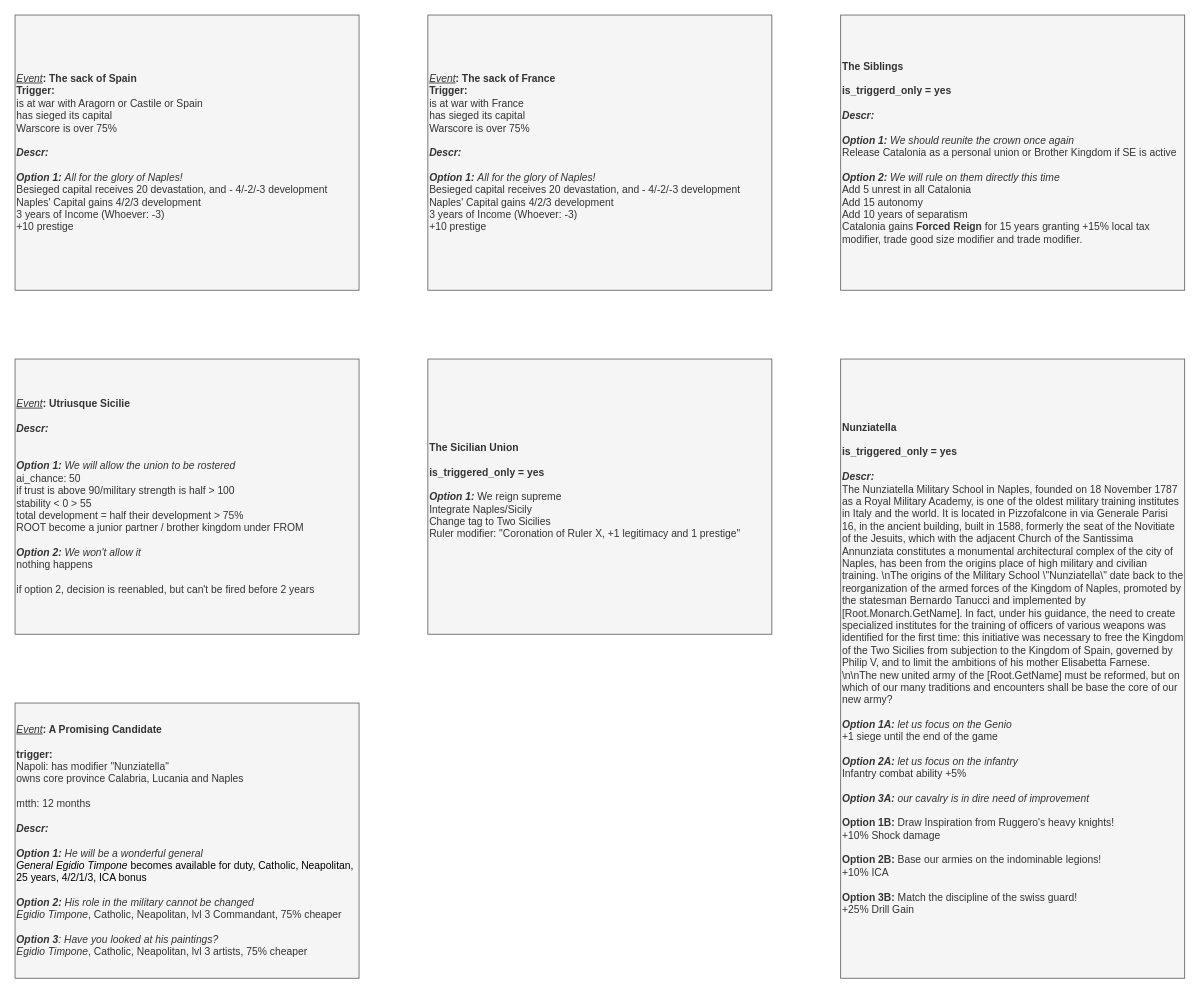
The draw.io diagram page "Event" (3 of 6) of It's Pizza and Cannoli Time/It's Pizza and Cannoli Time.drawio in Melvasul/Missions-Expanded, before the edit. Source tidied: cells renumbered, new cells numbered last; positions are measured from the earlier drawing's top-left corner, leaving out a move shared by most shapes. Both pictures are drawn from the tidied source at 86%, with x=0, y=0 at pixel (15, 15).
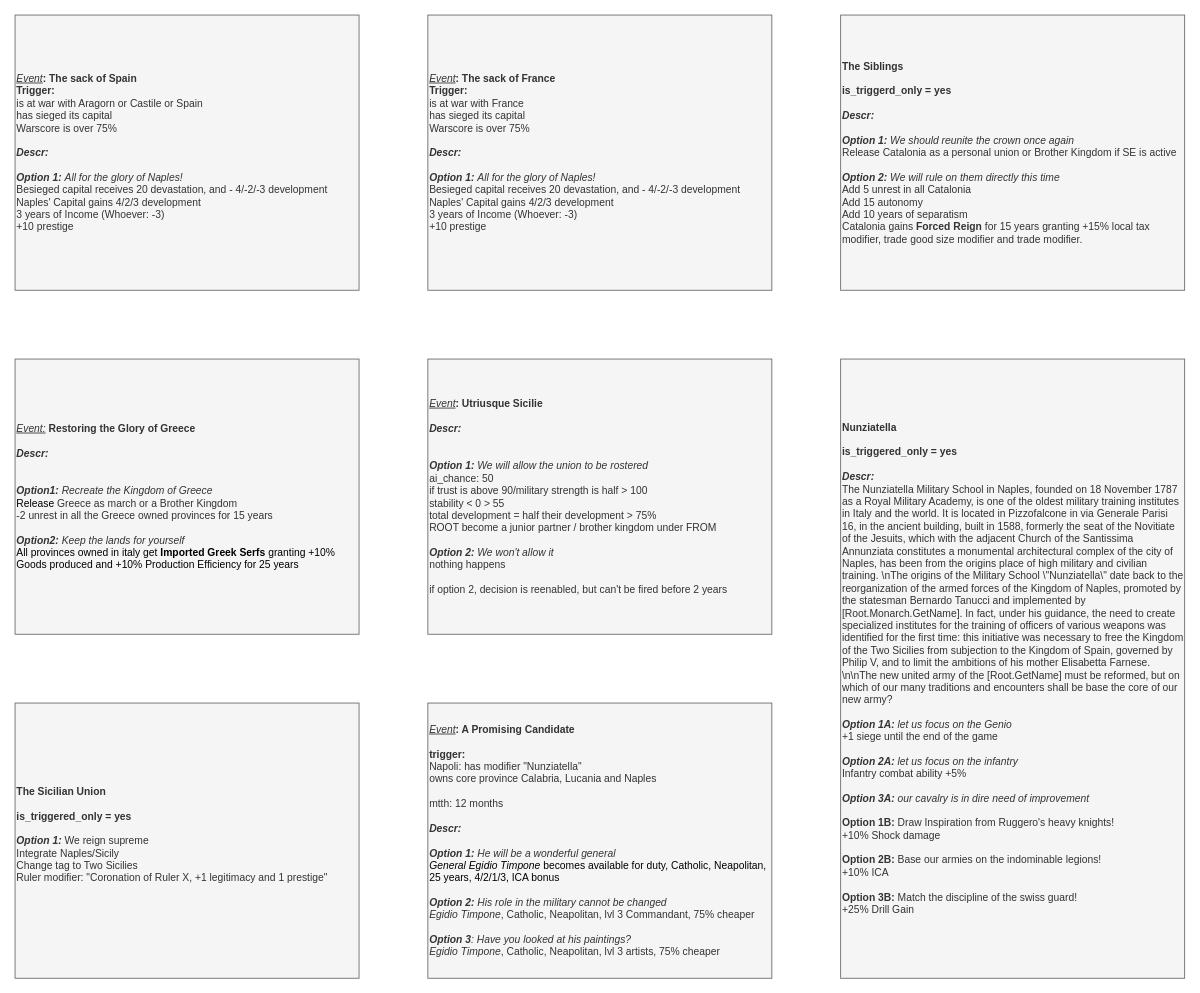
Above is the later version.

What changed in the source:
```diff
@@
 <mxGraphModel>
   <root>
     <mxCell id="0" />
     <mxCell id="1" parent="0" />
     <mxCell id="2" value="&lt;div style=&quot;font-size: 12px&quot;&gt;&lt;i style=&quot;font-size: 12px&quot;&gt;&lt;u style=&quot;font-size: 12px&quot;&gt;Event&lt;/u&gt;&lt;/i&gt;&lt;b style=&quot;font-size: 12px&quot;&gt;: Utriusque Sicilie&lt;/b&gt;&lt;/div&gt;&lt;div style=&quot;font-size: 12px&quot;&gt;&lt;b style=&quot;font-size: 12px&quot;&gt;&lt;br style=&quot;font-size: 12px&quot;&gt;&lt;/b&gt;&lt;/div&gt;&lt;div style=&quot;font-size: 12px&quot;&gt;&lt;font style=&quot;font-size: 12px&quot;&gt;&lt;div style=&quot;font-size: 12px&quot;&gt;&lt;b style=&quot;font-size: 12px&quot;&gt;&lt;i style=&quot;font-size: 12px&quot;&gt;Descr:&amp;nbsp;&lt;/i&gt;&lt;/b&gt;&lt;/div&gt;&lt;div style=&quot;font-size: 12px&quot;&gt;&lt;br&gt;&lt;/div&gt;&lt;div style=&quot;font-size: 12px&quot;&gt;&lt;br&gt;&lt;/div&gt;&lt;/font&gt;&lt;/div&gt;&lt;div style=&quot;font-size: 12px&quot;&gt;&lt;/div&gt;&lt;font style=&quot;font-size: 12px&quot;&gt;&lt;b style=&quot;font-size: 12px ; font-style: italic&quot;&gt;Option 1:&lt;/b&gt;&lt;span style=&quot;font-size: 12px ; font-style: italic&quot;&gt; &lt;/span&gt;&lt;i&gt;We will allow the union to be rostered&lt;br&gt;&lt;/i&gt;ai_chance: 50&lt;br&gt;if trust is above 90/military strength is half &amp;gt; 100&lt;br&gt;stability &amp;lt; 0 &amp;gt; 55&lt;br&gt;total development = half their development &amp;gt; 75%&lt;br&gt;ROOT become a junior partner / brother kingdom under FROM&lt;br&gt;&lt;br style=&quot;font-size: 12px&quot;&gt;&lt;span style=&quot;font-size: 12px&quot;&gt;&lt;i style=&quot;font-size: 12px&quot;&gt;&lt;b style=&quot;font-size: 12px&quot;&gt;Option 2:&lt;/b&gt;&amp;nbsp;&lt;/i&gt;&lt;span style=&quot;font-size: 12px&quot;&gt;&lt;i&gt;We won't allow it&lt;/i&gt;&lt;/span&gt;&lt;/span&gt;&lt;div style=&quot;font-size: 12px&quot;&gt;nothing happens&lt;/div&gt;&lt;div style=&quot;font-size: 12px&quot;&gt;&lt;br&gt;&lt;/div&gt;&lt;div style=&quot;font-size: 12px&quot;&gt;if option 2, decision is reenabled, but can't be fired before 2 years&lt;/div&gt;&lt;/font&gt;" style="rounded=0;whiteSpace=wrap;html=1;align=left;fontSize=12;fillColor=#f5f5f5;strokeColor=#666666;fontColor=#333333;" parent="1" vertex="1">
-      <mxGeometry y="400" width="400" height="320" as="geometry" />
+      <mxGeometry x="480" y="400" width="400" height="320" as="geometry" />
     </mxCell>
     <mxCell id="3" value="&lt;div style=&quot;font-size: 12px&quot;&gt;&lt;i style=&quot;font-size: 12px&quot;&gt;&lt;u style=&quot;font-size: 12px&quot;&gt;Event&lt;/u&gt;&lt;/i&gt;&lt;b style=&quot;font-size: 12px&quot;&gt;: A Promising Candidate&lt;/b&gt;&lt;/div&gt;&lt;div style=&quot;font-size: 12px&quot;&gt;&lt;b style=&quot;font-size: 12px&quot;&gt;&lt;br style=&quot;font-size: 12px&quot;&gt;&lt;/b&gt;&lt;/div&gt;&lt;div style=&quot;font-size: 12px&quot;&gt;&lt;span style=&quot;font-size: 12px&quot;&gt;&lt;b&gt;trigger:&lt;/b&gt;&amp;nbsp;&lt;/span&gt;&lt;/div&gt;&lt;div style=&quot;font-size: 12px&quot;&gt;&lt;span style=&quot;font-size: 12px&quot;&gt;Napoli: has modifier &quot;Nunziatella&quot;&lt;/span&gt;&lt;/div&gt;&lt;div style=&quot;font-size: 12px&quot;&gt;&lt;span style=&quot;font-size: 12px&quot;&gt;owns core province Calabria, Lucania and Naples&lt;/span&gt;&lt;/div&gt;&lt;div style=&quot;font-size: 12px&quot;&gt;&lt;span style=&quot;font-size: 12px&quot;&gt;&lt;br&gt;&lt;/span&gt;&lt;/div&gt;&lt;div style=&quot;font-size: 12px&quot;&gt;&lt;span style=&quot;font-size: 12px&quot;&gt;mtth: 12 months&lt;/span&gt;&lt;/div&gt;&lt;div style=&quot;font-size: 12px&quot;&gt;&lt;b style=&quot;font-size: 12px&quot;&gt;&lt;br&gt;&lt;/b&gt;&lt;/div&gt;&lt;div style=&quot;font-size: 12px&quot;&gt;&lt;font style=&quot;font-size: 12px&quot;&gt;&lt;div style=&quot;font-size: 12px&quot;&gt;&lt;b style=&quot;font-size: 12px&quot;&gt;&lt;i style=&quot;font-size: 12px&quot;&gt;Descr:&amp;nbsp;&lt;/i&gt;&lt;/b&gt;&lt;/div&gt;&lt;div style=&quot;font-size: 12px&quot;&gt;&lt;br&gt;&lt;/div&gt;&lt;/font&gt;&lt;/div&gt;&lt;div style=&quot;font-size: 12px&quot;&gt;&lt;/div&gt;&lt;font style=&quot;font-size: 12px&quot;&gt;&lt;b style=&quot;font-size: 12px ; font-style: italic&quot;&gt;Option 1:&lt;/b&gt;&lt;span style=&quot;font-size: 12px ; font-style: italic&quot;&gt;&amp;nbsp;He will be a wonderful general&lt;/span&gt;&lt;br class=&quot;Apple-interchange-newline&quot;&gt;&lt;i&gt;&lt;span style=&quot;color: rgb(0 , 0 , 0)&quot;&gt;General&amp;nbsp;&lt;/span&gt;&lt;span style=&quot;color: rgb(0 , 0 , 0)&quot;&gt;Egidio Timpone&lt;/span&gt;&lt;/i&gt;&lt;span style=&quot;color: rgb(0 , 0 , 0)&quot;&gt;&amp;nbsp;becomes available for duty, Catholic, Neapolitan, 25 years, 4/2/1/3, ICA bonus&lt;/span&gt;&lt;br&gt;&lt;br style=&quot;font-size: 12px&quot;&gt;&lt;span style=&quot;font-size: 12px&quot;&gt;&lt;span style=&quot;font-size: 12px&quot;&gt;&lt;b style=&quot;font-style: italic ; font-size: 12px&quot;&gt;Option 2:&lt;/b&gt;&lt;i&gt;&amp;nbsp;His role in the military cannot be changed&lt;/i&gt;&lt;br&gt;&lt;i&gt;Egidio Timpone&lt;/i&gt;, Catholic, Neapolitan, lvl 3 Commandant, 75% cheaper&lt;br&gt;&lt;br&gt;&lt;b style=&quot;font-style: italic&quot;&gt;Option 3&lt;/b&gt;&lt;i&gt;: Have you looked at his paintings?&lt;/i&gt;&lt;br&gt;&lt;i&gt;Egidio Timpone&lt;/i&gt;, Catholic, Neapolitan, lvl 3 artists, 75% cheaper&lt;br&gt;&lt;/span&gt;&lt;/span&gt;&lt;/font&gt;" style="rounded=0;whiteSpace=wrap;html=1;align=left;fontSize=12;fillColor=#f5f5f5;strokeColor=#666666;fontColor=#333333;" parent="1" vertex="1">
-      <mxGeometry y="800" width="400" height="320" as="geometry" />
+      <mxGeometry x="480" y="800" width="400" height="320" as="geometry" />
     </mxCell>
     <mxCell id="4" value="&lt;div style=&quot;font-size: 12px&quot;&gt;&lt;b&gt;Nunziatella&lt;/b&gt;&lt;/div&gt;&lt;div style=&quot;font-size: 12px&quot;&gt;&lt;br&gt;&lt;/div&gt;&lt;div style=&quot;font-size: 12px&quot;&gt;&lt;b&gt;is_triggered_only = yes&lt;/b&gt;&lt;/div&gt;&lt;div style=&quot;font-size: 12px&quot;&gt;&lt;b&gt;&lt;br&gt;&lt;/b&gt;&lt;/div&gt;&lt;div&gt;&lt;font&gt;&lt;div style=&quot;font-size: 12px&quot;&gt;&lt;b style=&quot;font-size: 12px&quot;&gt;&lt;i style=&quot;font-size: 12px&quot;&gt;Descr:&lt;/i&gt;&lt;/b&gt;&lt;/div&gt;&lt;div&gt;The Nunziatella Military School in Naples, founded on 18 November 1787 as a Royal Military Academy, is one of the oldest military training institutes in Italy and the world. It is located in Pizzofalcone in via Generale Parisi 16, in the ancient building, built in 1588, formerly the seat of the Novitiate of the Jesuits, which with the adjacent Church of the Santissima Annunziata constitutes a monumental architectural complex of the city of Naples, has been from the origins place of high military and civilian training. \n&lt;span&gt;The origins of the Military School \&quot;Nunziatella\&quot; date back to the reorganization of the armed forces of the Kingdom of Naples, promoted by the statesman Bernardo Tanucci and implemented by [Root.Monarch.GetName]. In fact, under his guidance, the need to create specialized institutes for the training of officers of various weapons was identified for the first time: this initiative was necessary to free the Kingdom of the Two Sicilies from subjection to the Kingdom of Spain, governed by Philip V, and to limit the ambitions of his mother Elisabetta Farnese. \n\n&lt;/span&gt;&lt;span&gt;The new united army of the [Root.GetName] must be reformed, but on which of our many traditions and encounters shall be base the core of our new army?&lt;/span&gt;&lt;/div&gt;&lt;div&gt;&lt;span&gt;&lt;br&gt;&lt;/span&gt;&lt;/div&gt;&lt;div&gt;&lt;b&gt;&lt;i&gt;Option 1A:&lt;/i&gt;&lt;/b&gt;&lt;i&gt;&amp;nbsp;let us focus on the Genio&lt;/i&gt;&lt;br&gt;+1 siege until the end of the game&lt;br&gt;&lt;br&gt;&lt;i&gt;&lt;b&gt;Option 2A:&amp;nbsp;&lt;/b&gt;let us focus on the infantry&lt;/i&gt;&lt;br&gt;Infantry combat ability +5%&lt;br&gt;&lt;br&gt;&lt;i&gt;&lt;b&gt;Option 3A:&lt;/b&gt;&amp;nbsp;our cavalry is in dire need of improvement&lt;/i&gt;&lt;span&gt;&lt;br&gt;&lt;/span&gt;&lt;/div&gt;&lt;div style=&quot;font-size: 12px&quot;&gt;&lt;/div&gt;&lt;/font&gt;&lt;/div&gt;&lt;font&gt;&lt;br&gt;&lt;b&gt;Option 1B: &lt;/b&gt;Draw Inspiration from Ruggero's heavy knights!&lt;br&gt;+10% Shock damage&lt;br&gt;&lt;br&gt;&lt;b&gt;Option 2B: &lt;/b&gt;Base our armies on the indominable legions!&lt;br&gt;+10% ICA&lt;br&gt;&lt;br&gt;&lt;b&gt;Option 3B: &lt;/b&gt;Match the discipline of the swiss guard!&lt;br&gt;+25% Drill Gain&lt;b&gt;&amp;nbsp;&lt;/b&gt;&lt;span style=&quot;color: rgba(0 , 0 , 0 , 0) ; font-family: monospace ; font-size: 0px&quot;&gt;%3CmxGraphModel%3E%3Croot%3E%3CmxCell%20id%3D%220%22%2F%3E%3CmxCell%20id%3D%221%22%20parent%3D%220%22%2F%3E%3CmxCell%20id%3D%222%22%20value%3D%22%26lt%3Bdiv%20style%3D%26quot%3Bfont-size%3A%2012px%26quot%3B%26gt%3B%26lt%3Bb%26gt%3BNunziatella%26lt%3B%2Fb%26gt%3B%26lt%3B%2Fdiv%26gt%3B%26lt%3Bdiv%20style%3D%26quot%3Bfont-size%3A%2012px%26quot%3B%26gt%3B%26lt%3Bb%26gt%3B%26lt%3Bbr%26gt%3B%26lt%3B%2Fb%26gt%3B%26lt%3B%2Fdiv%26gt%3B%26lt%3Bdiv%20style%3D%26quot%3Bfont-size%3A%2012px%26quot%3B%26gt%3B%26lt%3Bb%26gt%3Bpotential%3A%26lt%3B%2Fb%26gt%3B%26lt%3B%2Fdiv%26gt%3B%26lt%3Bdiv%20style%3D%26quot%3Bfont-size%3A%2012px%26quot%3B%26gt%3BIs%20the%20TTS%26lt%3B%2Fdiv%26gt%3B%26lt%3Bdiv%20style%3D%26quot%3Bfont-size%3A%2012px%26quot%3B%26gt%3Bcompleted%20mission%3A%20Military%20Reforms%26lt%3B%2Fdiv%26gt%3B%26lt%3Bdiv%20style%3D%26quot%3Bfont-size%3A%2012px%26quot%3B%26gt%3B%26lt%3Bb%26gt%3B%26lt%3Bbr%26gt%3B%26lt%3B%2Fb%26gt%3B%26lt%3B%2Fdiv%26gt%3B%26lt%3Bdiv%20style%3D%26quot%3Bfont-size%3A%2012px%26quot%3B%26gt%3B%26lt%3Bb%26gt%3BAllow%3A%26lt%3B%2Fb%26gt%3B%26lt%3B%2Fdiv%26gt%3B%26lt%3Bdiv%20style%3D%26quot%3Bfont-size%3A%2012px%26quot%3B%26gt%3B%26lt%3Bbr%26gt%3B%26lt%3B%2Fdiv%26gt%3B%26lt%3Bdiv%20style%3D%26quot%3Bfont-size%3A%2012px%26quot%3B%26gt%3B%26lt%3Bb%26gt%3B%26lt%3Bbr%26gt%3B%26lt%3B%2Fb%26gt%3B%26lt%3B%2Fdiv%26gt%3B%26lt%3Bdiv%26gt%3B%26lt%3Bfont%26gt%3B%26lt%3Bdiv%20style%3D%26quot%3Bfont-size%3A%2012px%26quot%3B%26gt%3B%26lt%3Bb%20style%3D%26quot%3Bfont-size%3A%2012px%26quot%3B%26gt%3B%26lt%3Bi%20style%3D%26quot%3Bfont-size%3A%2012px%26quot%3B%26gt%3BDescr%3A%26amp%3Bnbsp%3B%26lt%3B%2Fi%26gt%3B%26lt%3B%2Fb%26gt%3B%26lt%3B%2Fdiv%26gt%3B%26lt%3Bdiv%20style%3D%26quot%3Bfont-size%3A%2012px%26quot%3B%26gt%3B%26lt%3B%2Fdiv%26gt%3B%26lt%3B%2Ffont%26gt%3B%26lt%3B%2Fdiv%26gt%3B%26lt%3Bfont%26gt%3B%26lt%3Bbr%26gt%3B%26lt%3B%2Ffont%26gt%3B%22%20style%3D%22rounded%3D0%3BwhiteSpace%3Dwrap%3Bhtml%3D1%3Balign%3Dleft%3BfontSize%3D12%3BfillColor%3D%23f5f5f5%3BstrokeColor%3D%23666666%3BfontColor%3D%23333333%3BfontFamily%3DHelvetica%3B%22%20vertex%3D%221%22%20parent%3D%221%22%3E%3CmxGeometry%20x%3D%22480%22%20width%3D%22400%22%20height%3D%22320%22%20as%3D%22geometry%22%2F%3E%3C%2FmxCell%3E%3C%2Froot%3E%3C%2FmxGraphModel%3E&lt;b&gt;Lo&lt;/b&gt;&lt;/span&gt;&lt;br&gt;&lt;/font&gt;" style="rounded=0;whiteSpace=wrap;html=1;align=left;fontSize=12;fillColor=#f5f5f5;strokeColor=#666666;fontColor=#333333;fontFamily=Helvetica;" parent="1" vertex="1">
       <mxGeometry x="960" y="400" width="400" height="720" as="geometry" />
     </mxCell>
     <mxCell id="5" value="&lt;div style=&quot;font-size: 12px&quot;&gt;&lt;/div&gt;&lt;font&gt;&lt;b&gt;The Sicilian Union&lt;br&gt;&lt;/b&gt;&lt;br&gt;&lt;b&gt;is_triggered_only = yes&lt;/b&gt;&lt;br&gt;&lt;br&gt;&lt;i style=&quot;font-weight: bold&quot;&gt;Option 1:&lt;/i&gt;&amp;nbsp;We reign supreme&lt;br&gt;Integrate Naples/Sicily&lt;br&gt;Change tag to Two Sicilies&lt;br&gt;Ruler modifier: &quot;Coronation of Ruler X, +1 legitimacy and 1 prestige&quot;&lt;br&gt;&lt;br&gt;&lt;/font&gt;" style="rounded=0;whiteSpace=wrap;html=1;align=left;fontSize=12;fillColor=#f5f5f5;strokeColor=#666666;fontColor=#333333;fontFamily=Helvetica;" parent="1" vertex="1">
-      <mxGeometry x="480" y="400" width="400" height="320" as="geometry" />
+      <mxGeometry y="800" width="400" height="320" as="geometry" />
     </mxCell>
     <mxCell id="6" value="&lt;div style=&quot;font-size: 12px;&quot;&gt;&lt;i style=&quot;font-size: 12px;&quot;&gt;&lt;u style=&quot;font-size: 12px;&quot;&gt;Event&lt;/u&gt;&lt;/i&gt;&lt;b style=&quot;font-size: 12px;&quot;&gt;: The sack of Spain&lt;/b&gt;&lt;/div&gt;&lt;div style=&quot;font-size: 12px;&quot;&gt;&lt;b style=&quot;font-size: 12px;&quot;&gt;Trigger:&lt;/b&gt;&lt;br style=&quot;font-size: 12px;&quot;&gt;&lt;/div&gt;&lt;div style=&quot;font-size: 12px;&quot;&gt;is at war with Aragorn or Castile or Spain&lt;/div&gt;&lt;div style=&quot;font-size: 12px;&quot;&gt;has sieged its capital&lt;/div&gt;&lt;div style=&quot;font-size: 12px;&quot;&gt;Warscore is over 75%&amp;nbsp;&lt;/div&gt;&lt;div style=&quot;font-size: 12px;&quot;&gt;&lt;b style=&quot;font-size: 12px;&quot;&gt;&lt;br style=&quot;font-size: 12px;&quot;&gt;&lt;/b&gt;&lt;/div&gt;&lt;div style=&quot;font-size: 12px;&quot;&gt;&lt;font style=&quot;font-size: 12px;&quot;&gt;&lt;div style=&quot;font-size: 12px;&quot;&gt;&lt;b style=&quot;font-size: 12px;&quot;&gt;&lt;i style=&quot;font-size: 12px;&quot;&gt;Descr:&amp;nbsp;&lt;/i&gt;&lt;/b&gt;&lt;/div&gt;&lt;div style=&quot;font-size: 12px;&quot;&gt;&lt;b style=&quot;font-size: 12px;&quot;&gt;&lt;i style=&quot;font-size: 12px;&quot;&gt;&lt;br style=&quot;font-size: 12px;&quot;&gt;&lt;/i&gt;&lt;/b&gt;&lt;/div&gt;&lt;/font&gt;&lt;/div&gt;&lt;div style=&quot;font-size: 12px;&quot;&gt;&lt;/div&gt;&lt;font style=&quot;font-size: 12px;&quot;&gt;&lt;b style=&quot;font-style: italic; font-size: 12px;&quot;&gt;Option 1:&lt;/b&gt;&lt;span style=&quot;font-style: italic; font-size: 12px;&quot;&gt;&amp;nbsp;All for the glory of Naples!&lt;/span&gt;&lt;br style=&quot;font-size: 12px;&quot;&gt;&lt;span style=&quot;font-size: 12px;&quot;&gt;Besieged capital receives 20 devastation, and - 4/-2/-3 development Naples' Capital gains 4/2/3 development&lt;/span&gt;&lt;br style=&quot;font-size: 12px;&quot;&gt;&lt;span style=&quot;font-size: 12px;&quot;&gt;3 years of Income (Whoever: -3)&lt;/span&gt;&lt;br style=&quot;font-size: 12px;&quot;&gt;&lt;span style=&quot;font-size: 12px;&quot;&gt;+10 prestige&lt;/span&gt;&lt;span style=&quot;font-size: 12px;&quot;&gt;&lt;br style=&quot;font-size: 12px;&quot;&gt;&lt;/span&gt;&lt;/font&gt;" style="rounded=0;whiteSpace=wrap;html=1;align=left;fontSize=12;fillColor=#f5f5f5;strokeColor=#666666;fontColor=#333333;" parent="1" vertex="1">
       <mxGeometry width="400" height="320" as="geometry" />
     </mxCell>
     <mxCell id="7" value="&lt;div style=&quot;font-size: 12px&quot;&gt;&lt;b style=&quot;font-size: 12px&quot;&gt;The Siblings&lt;/b&gt;&lt;/div&gt;&lt;div style=&quot;font-size: 12px&quot;&gt;&lt;br style=&quot;font-size: 12px&quot;&gt;&lt;/div&gt;&lt;div style=&quot;font-size: 12px&quot;&gt;&lt;b style=&quot;font-size: 12px&quot;&gt;is_triggerd_only = yes&lt;/b&gt;&lt;/div&gt;&lt;div style=&quot;font-size: 12px&quot;&gt;&lt;b style=&quot;font-size: 12px&quot;&gt;&lt;br style=&quot;font-size: 12px&quot;&gt;&lt;/b&gt;&lt;/div&gt;&lt;div style=&quot;font-size: 12px&quot;&gt;&lt;font style=&quot;font-size: 12px&quot;&gt;&lt;div style=&quot;font-size: 12px&quot;&gt;&lt;b style=&quot;font-size: 12px&quot;&gt;&lt;i style=&quot;font-size: 12px&quot;&gt;Descr:&amp;nbsp;&lt;/i&gt;&lt;/b&gt;&lt;/div&gt;&lt;div style=&quot;font-size: 12px&quot;&gt;&lt;b style=&quot;font-size: 12px&quot;&gt;&lt;i style=&quot;font-size: 12px&quot;&gt;&lt;br style=&quot;font-size: 12px&quot;&gt;&lt;/i&gt;&lt;/b&gt;&lt;/div&gt;&lt;/font&gt;&lt;/div&gt;&lt;div style=&quot;font-size: 12px&quot;&gt;&lt;/div&gt;&lt;font style=&quot;font-size: 12px&quot;&gt;&lt;b style=&quot;font-size: 12px ; font-style: italic&quot;&gt;Option 1:&lt;/b&gt;&lt;span style=&quot;font-size: 12px ; font-style: italic&quot;&gt;&amp;nbsp;We should reunite the crown once again&lt;br style=&quot;font-size: 12px&quot;&gt;&lt;/span&gt;&lt;span style=&quot;font-size: 12px&quot;&gt;Release Catalonia as a personal union or Brother Kingdom if SE is active&lt;br style=&quot;font-size: 12px&quot;&gt;&lt;br style=&quot;font-size: 12px&quot;&gt;&lt;i style=&quot;font-size: 12px&quot;&gt;&lt;b style=&quot;font-size: 12px&quot;&gt;Option 2:&lt;/b&gt;&amp;nbsp;We will rule on them directly this time&lt;br style=&quot;font-size: 12px&quot;&gt;&lt;/i&gt;Add 5 unrest in all Catalonia&lt;br&gt;Add 15 autonomy&lt;br&gt;Add 10 years of separatism&lt;br style=&quot;font-size: 12px&quot;&gt;Catalonia gains &lt;b style=&quot;font-size: 12px&quot;&gt;Forced Reign&lt;/b&gt;&amp;nbsp;for 15 years granting +15% local tax modifier, trade good size modifier and trade modifier.&lt;br style=&quot;font-size: 12px&quot;&gt;&lt;/span&gt;&lt;/font&gt;" style="rounded=0;whiteSpace=wrap;html=1;align=left;fontSize=12;fillColor=#f5f5f5;strokeColor=#666666;fontColor=#333333;" parent="1" vertex="1">
       <mxGeometry x="960" width="400" height="320" as="geometry" />
     </mxCell>
     <mxCell id="8" value="&lt;div style=&quot;font-size: 12px;&quot;&gt;&lt;i style=&quot;font-size: 12px;&quot;&gt;&lt;u style=&quot;font-size: 12px;&quot;&gt;Event&lt;/u&gt;&lt;/i&gt;&lt;b style=&quot;font-size: 12px;&quot;&gt;: The sack of France&lt;/b&gt;&lt;/div&gt;&lt;div style=&quot;font-size: 12px;&quot;&gt;&lt;b style=&quot;font-size: 12px;&quot;&gt;Trigger:&lt;/b&gt;&lt;br style=&quot;font-size: 12px;&quot;&gt;&lt;/div&gt;&lt;div style=&quot;font-size: 12px;&quot;&gt;is at war with France&lt;/div&gt;&lt;div style=&quot;font-size: 12px;&quot;&gt;has sieged its capital&lt;/div&gt;&lt;div style=&quot;font-size: 12px;&quot;&gt;Warscore is over 75%&amp;nbsp;&lt;/div&gt;&lt;div style=&quot;font-size: 12px;&quot;&gt;&lt;b style=&quot;font-size: 12px;&quot;&gt;&lt;br style=&quot;font-size: 12px;&quot;&gt;&lt;/b&gt;&lt;/div&gt;&lt;div style=&quot;font-size: 12px;&quot;&gt;&lt;font style=&quot;font-size: 12px;&quot;&gt;&lt;div style=&quot;font-size: 12px;&quot;&gt;&lt;b style=&quot;font-size: 12px;&quot;&gt;&lt;i style=&quot;font-size: 12px;&quot;&gt;Descr:&amp;nbsp;&lt;/i&gt;&lt;/b&gt;&lt;/div&gt;&lt;div style=&quot;font-size: 12px;&quot;&gt;&lt;b style=&quot;font-size: 12px;&quot;&gt;&lt;i style=&quot;font-size: 12px;&quot;&gt;&lt;br style=&quot;font-size: 12px;&quot;&gt;&lt;/i&gt;&lt;/b&gt;&lt;/div&gt;&lt;/font&gt;&lt;/div&gt;&lt;div style=&quot;font-size: 12px;&quot;&gt;&lt;/div&gt;&lt;font style=&quot;font-size: 12px;&quot;&gt;&lt;b style=&quot;font-style: italic; font-size: 12px;&quot;&gt;Option 1:&lt;/b&gt;&lt;span style=&quot;font-style: italic; font-size: 12px;&quot;&gt;&amp;nbsp;All for the glory of Naples!&lt;/span&gt;&lt;br style=&quot;font-size: 12px;&quot;&gt;Besieged capital receives 20 devastation, and - 4/-2/-3 development Naples' Capital gains 4/2/3 development&lt;br style=&quot;font-size: 12px;&quot;&gt;3 years of Income (Whoever: -3)&lt;br style=&quot;font-size: 12px;&quot;&gt;+10 prestige&lt;span style=&quot;font-size: 12px;&quot;&gt;&lt;br style=&quot;font-size: 12px;&quot;&gt;&lt;/span&gt;&lt;/font&gt;" style="rounded=0;whiteSpace=wrap;html=1;align=left;fontSize=12;fillColor=#f5f5f5;strokeColor=#666666;fontColor=#333333;" parent="1" vertex="1">
       <mxGeometry x="480" width="400" height="320" as="geometry" />
     </mxCell>
+    <mxCell id="9" value="&lt;div style=&quot;font-size: 12px&quot;&gt;&lt;u style=&quot;font-style: italic ; font-size: 12px&quot;&gt;Event:&lt;/u&gt;&amp;nbsp;&lt;b style=&quot;font-size: 12px&quot;&gt;Restoring the Glory of Greece&lt;/b&gt;&lt;/div&gt;&lt;div style=&quot;font-size: 12px&quot;&gt;&lt;b style=&quot;font-size: 12px&quot;&gt;&lt;br style=&quot;font-size: 12px&quot;&gt;&lt;/b&gt;&lt;/div&gt;&lt;div style=&quot;font-size: 12px&quot;&gt;&lt;font style=&quot;font-size: 12px&quot;&gt;&lt;div style=&quot;font-size: 12px&quot;&gt;&lt;b style=&quot;font-size: 12px&quot;&gt;&lt;i style=&quot;font-size: 12px&quot;&gt;Descr:&lt;/i&gt;&lt;/b&gt;&lt;/div&gt;&lt;div style=&quot;font-size: 12px&quot;&gt;&lt;br&gt;&lt;/div&gt;&lt;div style=&quot;font-size: 12px&quot;&gt;&lt;br style=&quot;font-size: 12px&quot;&gt;&lt;/div&gt;&lt;/font&gt;&lt;/div&gt;&lt;div style=&quot;font-size: 12px&quot;&gt;&lt;font style=&quot;font-size: 12px&quot;&gt;&lt;span style=&quot;font-size: 12px&quot;&gt;&lt;i style=&quot;font-size: 12px&quot;&gt;&lt;b style=&quot;font-size: 12px&quot;&gt;Option1: &lt;/b&gt;Recreate the Kingdom of Greece&lt;/i&gt;&lt;/span&gt;&lt;br style=&quot;font-size: 12px&quot;&gt;&lt;/font&gt;&lt;/div&gt;&lt;div style=&quot;font-size: 12px&quot;&gt;&lt;span&gt;&lt;font color=&quot;#000000&quot;&gt;Release&amp;nbsp;&lt;/font&gt;Greece as march or a Brother Kingdom&lt;/span&gt;&lt;br&gt;&lt;/div&gt;&lt;div style=&quot;font-size: 12px&quot;&gt;&lt;span style=&quot;font-size: 12px&quot;&gt;-2 unrest in all the Greece owned provinces for 15 years&lt;/span&gt;&lt;/div&gt;&lt;div style=&quot;font-size: 12px&quot;&gt;&lt;br style=&quot;font-size: 12px&quot;&gt;&lt;/div&gt;&lt;div style=&quot;font-size: 12px&quot;&gt;&lt;font style=&quot;font-size: 12px&quot;&gt;&lt;span style=&quot;font-size: 12px&quot;&gt;&lt;i style=&quot;font-size: 12px&quot;&gt;&lt;b style=&quot;font-size: 12px&quot;&gt;Option2:&lt;/b&gt;&amp;nbsp;Keep the lands for yourself&lt;/i&gt;&lt;/span&gt;&lt;/font&gt;&lt;/div&gt;&lt;div style=&quot;font-size: 12px&quot;&gt;&lt;div style=&quot;font-size: 12px&quot;&gt;&lt;font color=&quot;#000000&quot; style=&quot;font-size: 12px&quot;&gt;All provinces owned in italy get &lt;b style=&quot;font-size: 12px&quot;&gt;Imported Greek Serfs&lt;/b&gt;&amp;nbsp;granting +10% Goods produced and +10% Production Efficiency for 25 years&lt;/font&gt;&lt;/div&gt;&lt;/div&gt;" style="rounded=0;whiteSpace=wrap;html=1;align=left;fontSize=12;fillColor=#f5f5f5;strokeColor=#666666;fontColor=#333333;" parent="1" vertex="1">
+      <mxGeometry y="400" width="400" height="320" as="geometry" />
+    </mxCell>
   </root>
 </mxGraphModel>
```
